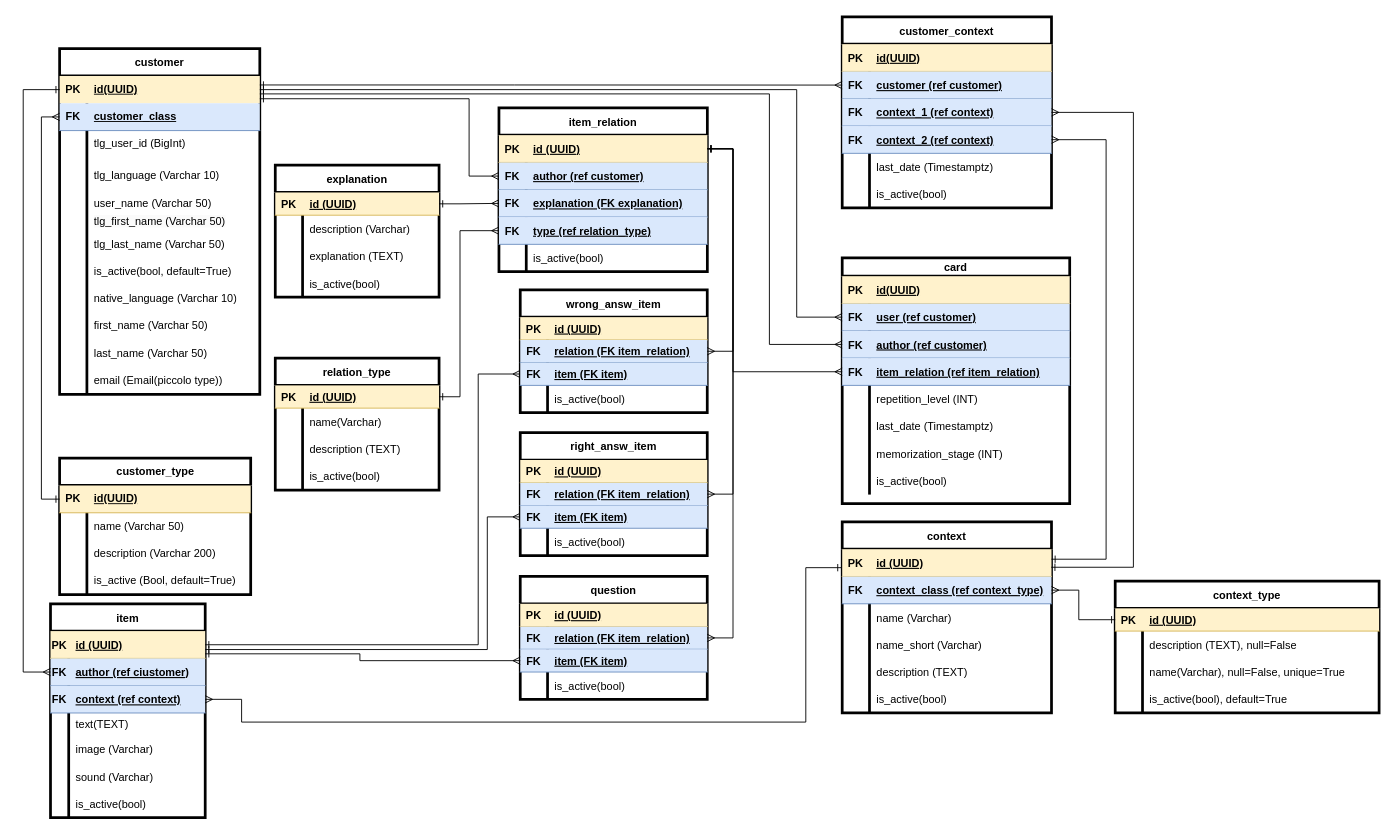
Before: doc/db_structure.drawio in essayNEXT/REPETITOR, a draw.io diagram. Source tidied: cells renumbered, new cells numbered last; positions are measured from the earlier drawing's top-left corner, leaving out a move shared by most shapes. Both pictures are drawn from the tidied source at 91%, with x=0, y=0 at pixel (23, 16).
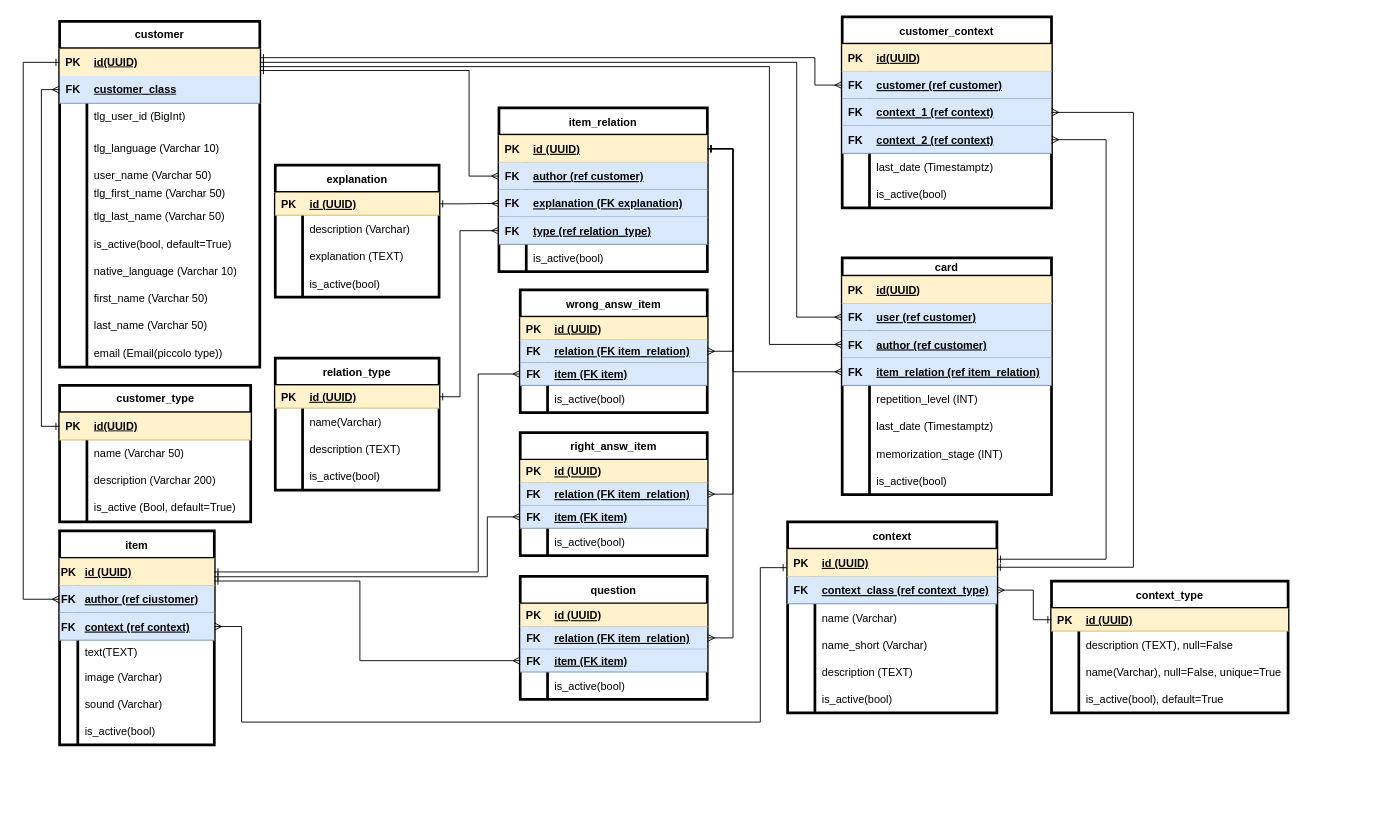
After the change.

The change refers to these unchanged cells:
```xml
<mxCell id="3" style="shape=tableRow;horizontal=0;startSize=0;swimlaneHead=0;swimlaneBody=0;fillColor=#fff2cc;points=[[0,0.5],[1,0.5]];portConstraint=eastwest;top=0;left=0;right=0;bottom=0;html=1;strokeColor=#d6b656;" parent="2" vertex="1">
  <mxGeometry y="30" width="220" height="30" as="geometry" />
</mxCell>
<mxCell id="6" style="shape=tableRow;horizontal=0;startSize=0;swimlaneHead=0;swimlaneBody=0;fillColor=#dae8fc;points=[[0,0.5],[1,0.5]];portConstraint=eastwest;top=0;left=0;right=0;bottom=1;html=1;strokeColor=#6c8ebf;" parent="2" vertex="1">
  <mxGeometry y="60" width="220" height="30" as="geometry" />
</mxCell>
<mxCell id="60" style="shape=tableRow;horizontal=0;startSize=0;swimlaneHead=0;swimlaneBody=0;fillColor=#dae8fc;points=[[0,0.5],[1,0.5]];portConstraint=eastwest;top=0;left=0;right=0;bottom=1;swimlaneLine=0;strokeColor=#6c8ebf;" parent="53" vertex="1">
  <mxGeometry y="90" width="170" height="30" as="geometry" />
</mxCell>
<mxCell id="79" style="shape=tableRow;horizontal=0;startSize=0;swimlaneHead=0;swimlaneBody=0;fillColor=#dae8fc;points=[[0,0.5],[1,0.5]];portConstraint=eastwest;top=0;left=0;right=0;bottom=1;strokeColor=#6c8ebf;" parent="75" vertex="1">
  <mxGeometry y="60" width="229" height="30" as="geometry" />
</mxCell>
<mxCell id="120" style="shape=tableRow;horizontal=0;startSize=0;swimlaneHead=0;swimlaneBody=0;fillColor=#dae8fc;points=[[0,0.5],[1,0.5]];portConstraint=eastwest;top=0;left=0;right=0;bottom=1;strokeColor=#6c8ebf;" parent="116" vertex="1">
  <mxGeometry y="60" width="230" height="30" as="geometry" />
</mxCell>
<mxCell id="136" style="shape=tableRow;horizontal=0;startSize=0;swimlaneHead=0;swimlaneBody=0;fillColor=#fff2cc;points=[[0,0.5],[1,0.5]];portConstraint=eastwest;top=0;left=0;right=0;bottom=1;strokeColor=#d6b656;" parent="135" vertex="1">
  <mxGeometry y="30" width="230" height="30" as="geometry" />
</mxCell>
<mxCell id="139" style="shape=tableRow;horizontal=0;startSize=0;swimlaneHead=0;swimlaneBody=0;fillColor=#dae8fc;points=[[0,0.5],[1,0.5]];portConstraint=eastwest;top=0;left=0;right=0;bottom=1;strokeColor=#6c8ebf;" parent="135" vertex="1">
  <mxGeometry y="60" width="230" height="30" as="geometry" />
</mxCell>
```

What changed in the source:
```diff
@@
     <mxCell id="2" value="customer" style="shape=table;startSize=30;childLayout=tableLayout;rowLines=0;fontStyle=1;align=center;html=1;whiteSpace=wrap;strokeWidth=3;" parent="1" vertex="1">
-      <mxGeometry x="40" y="35" width="220" height="380" as="geometry" />
+      <mxGeometry x="40" y="5" width="220" height="380" as="geometry" />
     </mxCell>
@@
     <mxCell id="39" value="customer_type" style="shape=table;startSize=30;childLayout=tableLayout;rowLines=0;fontStyle=1;align=center;html=1;strokeWidth=3;" parent="1" vertex="1">
-      <mxGeometry x="40" y="485" width="210" height="150" as="geometry" />
+      <mxGeometry x="40" y="405" width="210" height="150" as="geometry" />
     </mxCell>
@@
     <mxCell id="53" value="item" style="shape=table;startSize=30;childLayout=tableLayout;rowLines=0;fontStyle=1;align=center;strokeWidth=3;" parent="1" vertex="1">
-      <mxGeometry x="30" y="645" width="170" height="235" as="geometry" />
+      <mxGeometry x="40" y="565" width="170" height="235" as="geometry" />
     </mxCell>
@@
     <mxCell id="91" value="card" style="shape=table;startSize=20;childLayout=tableLayout;rowLines=0;fontStyle=1;align=center;strokeWidth=3;" parent="1" vertex="1">
-      <mxGeometry x="900" y="265" width="250" height="270" as="geometry" />
+      <mxGeometry x="900" y="265" width="230" height="260" as="geometry" />
     </mxCell>
     <mxCell id="92" style="shape=tableRow;horizontal=0;startSize=0;swimlaneHead=0;swimlaneBody=0;fillColor=#fff2cc;top=0;left=0;right=0;bottom=1;strokeColor=#d6b656;" parent="91" vertex="1">
-      <mxGeometry y="20" width="250" height="30" as="geometry" />
+      <mxGeometry y="20" width="230" height="30" as="geometry" />
     </mxCell>
@@
     <mxCell id="94" value="id(UUID)" style="shape=partialRectangle;fillColor=none;top=0;left=0;bottom=0;right=0;align=left;spacingLeft=6;fontStyle=5;overflow=hidden;" parent="92" vertex="1">
-      <mxGeometry x="30" width="220" height="30" as="geometry" />
+      <mxGeometry x="30" width="200" height="30" as="geometry" />
     </mxCell>
     <mxCell id="95" style="shape=tableRow;horizontal=0;startSize=0;swimlaneHead=0;swimlaneBody=0;fillColor=#dae8fc;points=[[0,0.5],[1,0.5]];portConstraint=eastwest;top=0;left=0;right=0;bottom=1;strokeColor=#6c8ebf;" parent="91" vertex="1">
-      <mxGeometry y="50" width="250" height="30" as="geometry" />
+      <mxGeometry y="50" width="230" height="30" as="geometry" />
     </mxCell>
@@
     <mxCell id="97" value="user (ref customer)" style="shape=partialRectangle;fillColor=none;top=0;left=0;bottom=0;right=0;align=left;spacingLeft=6;fontStyle=5;overflow=hidden;" parent="95" vertex="1">
-      <mxGeometry x="30" width="220" height="30" as="geometry" />
+      <mxGeometry x="30" width="200" height="30" as="geometry" />
     </mxCell>
     <mxCell id="98" style="shape=tableRow;horizontal=0;startSize=0;swimlaneHead=0;swimlaneBody=0;fillColor=#dae8fc;points=[[0,0.5],[1,0.5]];portConstraint=eastwest;top=0;left=0;right=0;bottom=1;strokeColor=#6c8ebf;" parent="91" vertex="1">
-      <mxGeometry y="80" width="250" height="30" as="geometry" />
+      <mxGeometry y="80" width="230" height="30" as="geometry" />
     </mxCell>
@@
     <mxCell id="100" value="author (ref customer)" style="shape=partialRectangle;fillColor=none;top=0;left=0;bottom=0;right=0;align=left;spacingLeft=6;fontStyle=5;overflow=hidden;" parent="98" vertex="1">
-      <mxGeometry x="30" width="220" height="30" as="geometry" />
+      <mxGeometry x="30" width="200" height="30" as="geometry" />
     </mxCell>
     <mxCell id="101" style="shape=tableRow;horizontal=0;startSize=0;swimlaneHead=0;swimlaneBody=0;fillColor=#dae8fc;points=[[0,0.5],[1,0.5]];portConstraint=eastwest;top=0;left=0;right=0;bottom=1;strokeColor=#6c8ebf;" parent="91" vertex="1">
-      <mxGeometry y="110" width="250" height="30" as="geometry" />
+      <mxGeometry y="110" width="230" height="30" as="geometry" />
     </mxCell>
@@
     <mxCell id="103" value="item_relation (ref item_relation)" style="shape=partialRectangle;fillColor=none;top=0;left=0;bottom=0;right=0;align=left;spacingLeft=6;fontStyle=5;overflow=hidden;" parent="101" vertex="1">
-      <mxGeometry x="30" width="220" height="30" as="geometry" />
+      <mxGeometry x="30" width="200" height="30" as="geometry" />
     </mxCell>
     <mxCell id="104" style="shape=tableRow;horizontal=0;startSize=0;swimlaneHead=0;swimlaneBody=0;fillColor=none;top=0;left=0;right=0;bottom=0;" parent="91" vertex="1">
-      <mxGeometry y="140" width="250" height="30" as="geometry" />
+      <mxGeometry y="140" width="230" height="30" as="geometry" />
     </mxCell>
@@
     <mxCell id="106" value="repetition_level (INT)" style="shape=partialRectangle;fillColor=none;top=0;left=0;bottom=0;right=0;align=left;spacingLeft=6;overflow=hidden;" parent="104" vertex="1">
-      <mxGeometry x="30" width="220" height="30" as="geometry" />
+      <mxGeometry x="30" width="200" height="30" as="geometry" />
     </mxCell>
     <mxCell id="107" style="shape=tableRow;horizontal=0;startSize=0;swimlaneHead=0;swimlaneBody=0;fillColor=none;top=0;left=0;right=0;bottom=0;" parent="91" vertex="1">
-      <mxGeometry y="170" width="250" height="30" as="geometry" />
+      <mxGeometry y="170" width="230" height="30" as="geometry" />
     </mxCell>
@@
     <mxCell id="109" value="last_date (Timestamptz)" style="shape=partialRectangle;fillColor=none;top=0;left=0;bottom=0;right=0;align=left;spacingLeft=6;overflow=hidden;" parent="107" vertex="1">
-      <mxGeometry x="30" width="220" height="30" as="geometry" />
+      <mxGeometry x="30" width="200" height="30" as="geometry" />
     </mxCell>
     <mxCell id="110" style="shape=tableRow;horizontal=0;startSize=0;swimlaneHead=0;swimlaneBody=0;fillColor=none;top=0;left=0;right=0;bottom=0;" parent="91" vertex="1">
-      <mxGeometry y="200" width="250" height="30" as="geometry" />
+      <mxGeometry y="200" width="230" height="30" as="geometry" />
     </mxCell>
@@
     <mxCell id="112" value="memorization_stage (INT)" style="shape=partialRectangle;fillColor=none;top=0;left=0;bottom=0;right=0;align=left;spacingLeft=6;overflow=hidden;" parent="110" vertex="1">
-      <mxGeometry x="30" width="220" height="30" as="geometry" />
+      <mxGeometry x="30" width="200" height="30" as="geometry" />
     </mxCell>
     <mxCell id="113" style="shape=tableRow;horizontal=0;startSize=0;swimlaneHead=0;swimlaneBody=0;fillColor=none;top=0;left=0;right=0;bottom=0;" parent="91" vertex="1">
-      <mxGeometry y="230" width="250" height="30" as="geometry" />
+      <mxGeometry y="230" width="230" height="30" as="geometry" />
     </mxCell>
@@
     <mxCell id="115" value="is_active(bool)" style="shape=partialRectangle;fillColor=none;top=0;left=0;bottom=0;right=0;align=left;spacingLeft=6;overflow=hidden;" parent="113" vertex="1">
-      <mxGeometry x="30" width="220" height="30" as="geometry" />
+      <mxGeometry x="30" width="200" height="30" as="geometry" />
     </mxCell>
@@
     <mxCell id="135" value="context" style="shape=table;startSize=30;childLayout=tableLayout;rowLines=0;fontStyle=1;align=center;strokeWidth=3;" parent="1" vertex="1">
-      <mxGeometry x="900" y="555" width="230" height="210" as="geometry" />
+      <mxGeometry x="840" y="555" width="230" height="210" as="geometry" />
     </mxCell>
@@
     <mxCell id="154" value="context_type" style="shape=table;startSize=30;childLayout=tableLayout;rowLines=0;fontStyle=1;align=center;rounded=0;strokeWidth=3;" parent="1" vertex="1">
-      <mxGeometry x="1200" y="620" width="290" height="145" as="geometry" />
+      <mxGeometry x="1130" y="620" width="260" height="145" as="geometry" />
     </mxCell>
     <mxCell id="155" style="shape=tableRow;horizontal=0;startSize=0;swimlaneHead=0;swimlaneBody=0;fillColor=#fff2cc;points=[[0,0.5],[1,0.5]];portConstraint=eastwest;top=0;left=0;right=0;bottom=1;strokeColor=#d6b656;" parent="154" vertex="1">
-      <mxGeometry y="30" width="290" height="25" as="geometry" />
+      <mxGeometry y="30" width="260" height="25" as="geometry" />
     </mxCell>
@@
     <mxCell id="157" value="id (UUID)" style="shape=partialRectangle;fillColor=none;top=0;left=0;bottom=0;right=0;align=left;spacingLeft=6;fontStyle=5;overflow=hidden;" parent="155" vertex="1">
-      <mxGeometry x="30" width="260" height="25" as="geometry" />
+      <mxGeometry x="30" width="230" height="25" as="geometry" />
     </mxCell>
     <mxCell id="158" style="shape=tableRow;horizontal=0;startSize=0;swimlaneHead=0;swimlaneBody=0;fillColor=none;top=0;left=0;right=0;bottom=0;" parent="154" vertex="1">
-      <mxGeometry y="55" width="290" height="30" as="geometry" />
+      <mxGeometry y="55" width="260" height="30" as="geometry" />
     </mxCell>
@@
     <mxCell id="160" value="description (TEXT), null=False" style="shape=partialRectangle;fillColor=none;top=0;left=0;bottom=0;right=0;align=left;spacingLeft=6;overflow=hidden;" parent="158" vertex="1">
-      <mxGeometry x="30" width="260" height="30" as="geometry" />
+      <mxGeometry x="30" width="230" height="30" as="geometry" />
     </mxCell>
     <mxCell id="161" style="shape=tableRow;horizontal=0;startSize=0;swimlaneHead=0;swimlaneBody=0;fillColor=none;top=0;left=0;right=0;bottom=0;" parent="154" vertex="1">
-      <mxGeometry y="85" width="290" height="30" as="geometry" />
+      <mxGeometry y="85" width="260" height="30" as="geometry" />
     </mxCell>
@@
     <mxCell id="163" value="name(Varchar), null=False, unique=True" style="shape=partialRectangle;fillColor=none;top=0;left=0;bottom=0;right=0;align=left;spacingLeft=6;overflow=hidden;" parent="161" vertex="1">
-      <mxGeometry x="30" width="260" height="30" as="geometry" />
+      <mxGeometry x="30" width="230" height="30" as="geometry" />
     </mxCell>
     <mxCell id="164" style="shape=tableRow;horizontal=0;startSize=0;swimlaneHead=0;swimlaneBody=0;fillColor=none;top=0;left=0;right=0;bottom=0;" parent="154" vertex="1">
-      <mxGeometry y="115" width="290" height="30" as="geometry" />
+      <mxGeometry y="115" width="260" height="30" as="geometry" />
     </mxCell>
@@
     <mxCell id="166" value="is_active(bool), default=True" style="shape=partialRectangle;fillColor=none;top=0;left=0;bottom=0;right=0;align=left;spacingLeft=6;overflow=hidden;" parent="164" vertex="1">
-      <mxGeometry x="30" width="260" height="30" as="geometry" />
+      <mxGeometry x="30" width="230" height="30" as="geometry" />
     </mxCell>
@@
-    <mxCell id="168" style="edgeStyle=elbowEdgeStyle;fontSize=12;html=1;endArrow=ERmany;rounded=0;startArrow=ERone;startFill=0;entryX=0;entryY=0.5;entryDx=0;entryDy=0;" parent="1" edge="1" target="79">
+    <mxCell id="168" style="edgeStyle=elbowEdgeStyle;fontSize=12;html=1;endArrow=ERmany;rounded=0;startArrow=ERone;startFill=0;entryX=0;entryY=0.5;entryDx=0;entryDy=0;exitX=1;exitY=-0.2;exitDx=0;exitDy=0;exitPerimeter=0;" parent="1" edge="1" source="6" target="79">
       <mxGeometry relative="1" as="geometry">
-        <mxPoint x="260" y="90" as="sourcePoint" />
         <Array as="points">
           <mxPoint x="490" y="155" />
         </Array>
       </mxGeometry>
     </mxCell>
@@
     <mxCell id="173" style="edgeStyle=elbowEdgeStyle;fontSize=12;html=1;endArrow=ERmany;rounded=0;startArrow=ERone;startFill=0;entryX=0;entryY=0.5;entryDx=0;entryDy=0;exitX=1;exitY=0.329;exitDx=0;exitDy=0;exitPerimeter=0;" parent="1" edge="1" source="3" target="120">
       <mxGeometry relative="1" as="geometry">
         <Array as="points">
-          <mxPoint x="540" y="65" />
+          <mxPoint x="870" y="55" />
           <mxPoint x="450" y="195" />
         </Array>
       </mxGeometry>
     </mxCell>
     <mxCell id="174" style="edgeStyle=elbowEdgeStyle;fontSize=12;html=1;endArrow=ERmany;rounded=0;exitX=0;exitY=0.5;exitDx=0;exitDy=0;startArrow=ERone;startFill=0;entryX=1;entryY=0.5;entryDx=0;entryDy=0;" parent="1" edge="1" source="155" target="139">
       <mxGeometry relative="1" as="geometry">
         <Array as="points">
-          <mxPoint x="1160" y="665" />
+          <mxPoint x="1110" y="655" />
         </Array>
       </mxGeometry>
     </mxCell>
@@
     <mxCell id="177" style="edgeStyle=orthogonalEdgeStyle;fontSize=12;html=1;endArrow=ERmany;rounded=0;exitX=-0.004;exitY=0.677;exitDx=0;exitDy=0;startArrow=ERone;startFill=0;entryX=1;entryY=0.5;entryDx=0;entryDy=0;exitPerimeter=0;" parent="1" edge="1" source="136" target="60">
       <mxGeometry relative="1" as="geometry">
         <Array as="points">
-          <mxPoint x="860" y="605" />
-          <mxPoint x="860" y="775" />
+          <mxPoint x="810" y="605" />
+          <mxPoint x="810" y="775" />
           <mxPoint x="240" y="775" />
-          <mxPoint x="240" y="750" />
+          <mxPoint x="240" y="670" />
         </Array>
       </mxGeometry>
     </mxCell>
```
